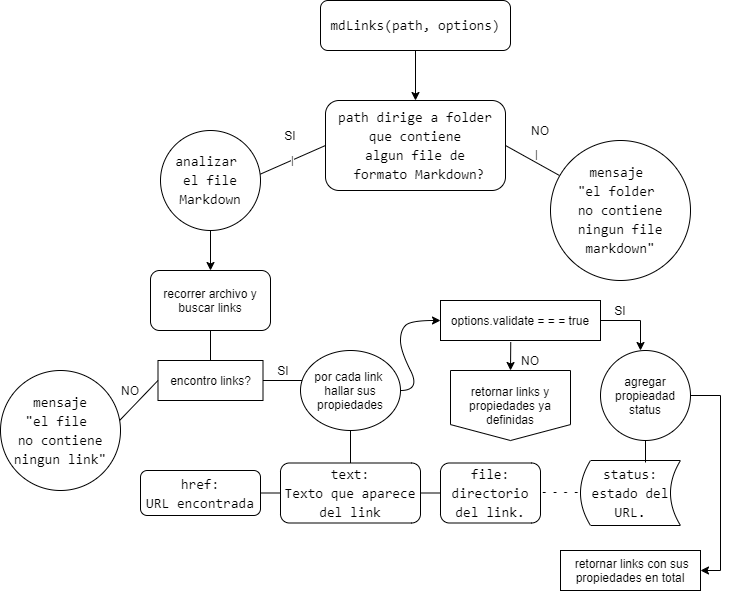
Before: Diagram.png, a diagram exported from draw.io (FiorellaChilcon/LIM012-fe-md-links). Source tidied: cells renumbered, new cells last; positions are measured from the earlier drawing's top-left corner, leaving out a move shared by most shapes.
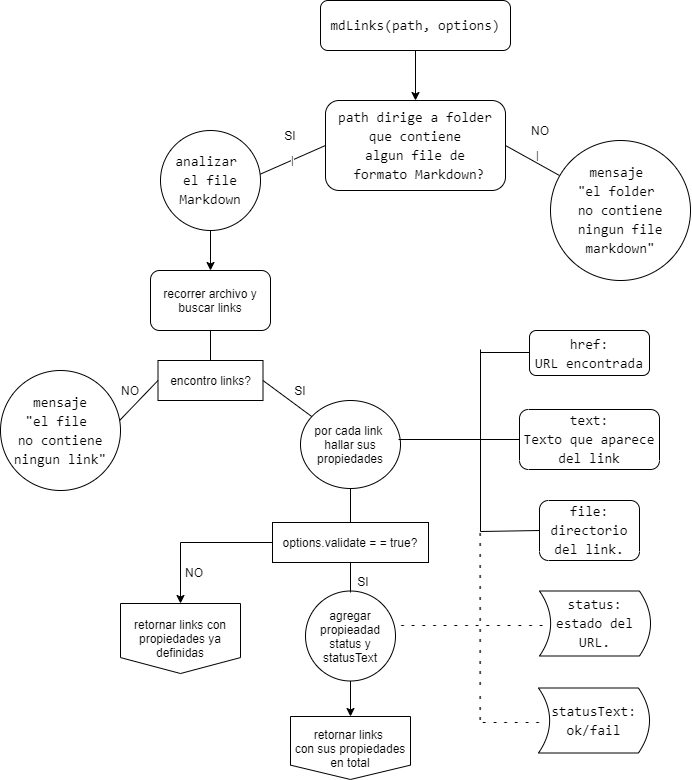
The same diagram one commit later.

Commit message:
funcionalidad obtener links

Change to the diagram source:
```diff
@@ -1,4 +1,4 @@
-<mxGraphModel>
+<mxGraphModel background="#FFFFFF">
   <root>
     <mxCell id="0" />
     <mxCell id="1" parent="0" />
@@ -37,11 +37,6 @@
     <mxCell id="12" style="endArrow=classic;html=1;exitX=0.5;exitY=1;exitDx=0;exitDy=0;entryX=0.5;entryY=0;entryDx=0;entryDy=0;" parent="1" edge="1" source="6" target="11">
       <mxGeometry relative="1" as="geometry" />
     </mxCell>
-    <mxCell id="13" style="edgeStyle=orthogonalEdgeStyle;rounded=0;jettySize=auto;html=1;" parent="1" edge="1" source="14">
-      <mxGeometry relative="1" as="geometry">
-        <mxPoint x="342.5" y="380" as="targetPoint" />
-      </mxGeometry>
-    </mxCell>
     <mxCell id="14" value="encontro links?" style="rounded=0;whiteSpace=wrap;html=1;" parent="1" vertex="1">
       <mxGeometry x="157.5" y="360" width="105" height="40" as="geometry" />
     </mxCell>
@@ -58,88 +53,97 @@
       <mxGeometry y="370" width="120" height="120" as="geometry" />
     </mxCell>
     <mxCell id="19" value="SI" style="text;html=1;strokeColor=none;fillColor=none;align=center;verticalAlign=middle;whiteSpace=wrap;rounded=0;" parent="1" vertex="1">
-      <mxGeometry x="262.5" y="360" width="40" height="20" as="geometry" />
+      <mxGeometry x="280" y="380" width="40" height="20" as="geometry" />
     </mxCell>
     <mxCell id="20" value="por cada link&amp;nbsp;&lt;br&gt;hallar sus&lt;br&gt;propiedades" style="ellipse;whiteSpace=wrap;html=1;" parent="1" vertex="1">
-      <mxGeometry x="300" y="350" width="100" height="80" as="geometry" />
+      <mxGeometry x="300" y="400" width="100" height="88" as="geometry" />
     </mxCell>
     <mxCell id="21" value="&lt;div style=&quot;font-family: &amp;#34;consolas&amp;#34; , &amp;#34;courier new&amp;#34; , monospace ; font-size: 14px ; line-height: 19px&quot;&gt;&amp;nbsp;href:&amp;nbsp;&lt;/div&gt;&lt;div style=&quot;font-family: &amp;#34;consolas&amp;#34; , &amp;#34;courier new&amp;#34; , monospace ; font-size: 14px ; line-height: 19px&quot;&gt;URL&amp;nbsp;encontrada&lt;/div&gt;" style="rounded=1;whiteSpace=wrap;html=1;" parent="1" vertex="1">
-      <mxGeometry x="140" y="470" width="120" height="45" as="geometry" />
+      <mxGeometry x="529" y="330" width="120" height="45" as="geometry" />
     </mxCell>
     <mxCell id="22" value="&lt;div style=&quot;font-family: &amp;#34;consolas&amp;#34; , &amp;#34;courier new&amp;#34; , monospace ; font-size: 14px ; line-height: 19px&quot;&gt;&lt;div style=&quot;font-family: &amp;#34;consolas&amp;#34; , &amp;#34;courier new&amp;#34; , monospace ; line-height: 19px&quot;&gt;text:&lt;/div&gt;&lt;div style=&quot;font-family: &amp;#34;consolas&amp;#34; , &amp;#34;courier new&amp;#34; , monospace ; line-height: 19px&quot;&gt;Texto&amp;nbsp;que&amp;nbsp;aparece&lt;/div&gt;&lt;div style=&quot;font-family: &amp;#34;consolas&amp;#34; , &amp;#34;courier new&amp;#34; , monospace ; line-height: 19px&quot;&gt;del link&lt;/div&gt;&lt;/div&gt;" style="rounded=1;whiteSpace=wrap;html=1;direction=west;" parent="1" vertex="1">
-      <mxGeometry x="280" y="462.5" width="140" height="60" as="geometry" />
+      <mxGeometry x="519" y="409" width="140" height="60" as="geometry" />
     </mxCell>
     <mxCell id="23" value="&lt;div style=&quot;font-family: &amp;#34;consolas&amp;#34; , &amp;#34;courier new&amp;#34; , monospace ; font-size: 14px ; line-height: 19px&quot;&gt;&lt;div style=&quot;font-family: &amp;#34;consolas&amp;#34; , &amp;#34;courier new&amp;#34; , monospace ; line-height: 19px&quot;&gt;&lt;div style=&quot;font-family: &amp;#34;consolas&amp;#34; , &amp;#34;courier new&amp;#34; , monospace ; line-height: 19px&quot;&gt;file:&lt;/div&gt;&lt;div style=&quot;font-family: &amp;#34;consolas&amp;#34; , &amp;#34;courier new&amp;#34; , monospace ; line-height: 19px&quot;&gt;&lt;span&gt;directorio&lt;/span&gt;&lt;/div&gt;&lt;div style=&quot;font-family: &amp;#34;consolas&amp;#34; , &amp;#34;courier new&amp;#34; , monospace ; line-height: 19px&quot;&gt;&lt;span&gt;del&amp;nbsp;link.&lt;/span&gt;&lt;/div&gt;&lt;/div&gt;&lt;/div&gt;" style="rounded=1;whiteSpace=wrap;html=1;direction=west;" parent="1" vertex="1">
-      <mxGeometry x="440" y="462.5" width="100" height="60" as="geometry" />
+      <mxGeometry x="539" y="500" width="100" height="60" as="geometry" />
     </mxCell>
-    <mxCell id="24" style="endArrow=none;html=1;exitX=0.5;exitY=1;exitDx=0;exitDy=0;entryX=0.5;entryY=1;entryDx=0;entryDy=0;" parent="1" edge="1" source="22" target="20">
-      <mxGeometry relative="1" as="geometry" />
-    </mxCell>
-    <mxCell id="25" style="endArrow=none;html=1;exitX=0;exitY=0.5;exitDx=0;exitDy=0;entryX=1;entryY=0.5;entryDx=0;entryDy=0;" parent="1" edge="1" source="22" target="23">
-      <mxGeometry relative="1" as="geometry" />
-    </mxCell>
-    <mxCell id="26" style="endArrow=none;html=1;exitX=1;exitY=0.5;exitDx=0;exitDy=0;entryX=1;entryY=0.5;entryDx=0;entryDy=0;" parent="1" edge="1" source="21" target="22">
-      <mxGeometry relative="1" as="geometry" />
-    </mxCell>
-    <mxCell id="27" style="edgeStyle=orthogonalEdgeStyle;rounded=0;jettySize=auto;html=1;" parent="1" edge="1" source="28">
-      <mxGeometry relative="1" as="geometry">
-        <mxPoint x="640" y="350" as="targetPoint" />
-        <Array as="points">
-          <mxPoint x="640" y="320" />
-        </Array>
-      </mxGeometry>
-    </mxCell>
+    <mxCell id="40" style="edgeStyle=orthogonalEdgeStyle;rounded=0;jettySize=auto;html=1;entryX=0.5;entryY=0;entryDx=0;entryDy=0;" parent="1" edge="1" source="28" target="38">
+      <mxGeometry relative="1" as="geometry" />
+    </mxCell>
-    <mxCell id="28" value="options.validate = = = true" style="rounded=0;whiteSpace=wrap;html=1;fontStyle=0;spacingTop=0;" parent="1" vertex="1">
-      <mxGeometry x="440" y="300" width="160" height="40" as="geometry" />
+    <mxCell id="28" value="options.validate = = true?" style="rounded=0;whiteSpace=wrap;html=1;fontStyle=0;spacingTop=0;" parent="1" vertex="1">
+      <mxGeometry x="272" y="522" width="156" height="40" as="geometry" />
     </mxCell>
-    <mxCell id="29" style="curved=1;endArrow=classic;html=1;exitX=1;exitY=0.5;exitDx=0;exitDy=0;entryX=0;entryY=0.5;entryDx=0;entryDy=0;" parent="1" edge="1" source="20" target="28">
-      <mxGeometry relative="1" as="geometry">
-        <Array as="points">
-          <mxPoint x="420" y="390" />
-          <mxPoint x="400" y="350" />
-          <mxPoint x="400" y="330" />
-          <mxPoint x="410" y="320" />
-        </Array>
-      </mxGeometry>
-    </mxCell>
-    <mxCell id="30" style="edgeStyle=orthogonalEdgeStyle;rounded=0;jettySize=auto;html=1;entryX=1;entryY=0.5;entryDx=0;entryDy=0;" parent="1" edge="1" source="31" target="37">
-      <mxGeometry relative="1" as="geometry">
-        <Array as="points">
-          <mxPoint x="720" y="395" />
-          <mxPoint x="720" y="570" />
-        </Array>
-      </mxGeometry>
+    <mxCell id="30" style="edgeStyle=orthogonalEdgeStyle;rounded=0;jettySize=auto;html=1;" parent="1" edge="1" source="31" target="37">
+      <mxGeometry relative="1" as="geometry" />
     </mxCell>
-    <mxCell id="31" value="agregar propieadad status" style="ellipse;whiteSpace=wrap;html=1;" parent="1" vertex="1">
-      <mxGeometry x="600" y="350" width="90" height="90" as="geometry" />
+    <mxCell id="31" value="agregar propieadad status y statusText" style="ellipse;whiteSpace=wrap;html=1;" parent="1" vertex="1">
+      <mxGeometry x="305" y="590.5" width="90" height="90" as="geometry" />
     </mxCell>
-    <mxCell id="32" value="&lt;div style=&quot;font-family: &amp;#34;consolas&amp;#34; , &amp;#34;courier new&amp;#34; , monospace ; font-size: 14px ; line-height: 19px&quot;&gt;status: estado&amp;nbsp;del&lt;/div&gt;&lt;div style=&quot;font-family: &amp;#34;consolas&amp;#34; , &amp;#34;courier new&amp;#34; , monospace ; font-size: 14px ; line-height: 19px&quot;&gt;URL.&lt;/div&gt;" style="shape=dataStorage;whiteSpace=wrap;html=1;" parent="1" vertex="1">
-      <mxGeometry x="580" y="460" width="100" height="65" as="geometry" />
+    <mxCell id="32" value="&lt;div style=&quot;font-family: &amp;#34;consolas&amp;#34; , &amp;#34;courier new&amp;#34; , monospace ; font-size: 14px ; line-height: 19px&quot;&gt;status: estado&amp;nbsp;del&lt;/div&gt;&lt;div style=&quot;font-family: &amp;#34;consolas&amp;#34; , &amp;#34;courier new&amp;#34; , monospace ; font-size: 14px ; line-height: 19px&quot;&gt;URL.&lt;/div&gt;" style="shape=dataStorage;whiteSpace=wrap;html=1;direction=west;" parent="1" vertex="1">
+      <mxGeometry x="539" y="590.5" width="111" height="65" as="geometry" />
     </mxCell>
-    <mxCell id="33" style="endArrow=none;html=1;entryX=0.5;entryY=1;entryDx=0;entryDy=0;" parent="1" edge="1" target="31">
-      <mxGeometry relative="1" as="geometry">
-        <mxPoint x="645" y="462" as="sourcePoint" />
-      </mxGeometry>
-    </mxCell>
-    <mxCell id="34" value="&lt;b style=&quot;line-height: 110%&quot;&gt;-&amp;nbsp; -&amp;nbsp; -&amp;nbsp; -&lt;/b&gt;" style="text;html=1;strokeColor=none;fillColor=none;align=center;verticalAlign=middle;whiteSpace=wrap;rounded=0;" parent="1" vertex="1">
-      <mxGeometry x="540" y="480" width="40" height="20" as="geometry" />
+    <mxCell id="34" value="&lt;b style=&quot;line-height: 110%&quot;&gt;-&amp;nbsp; -&amp;nbsp; -&amp;nbsp; -&amp;nbsp; -&amp;nbsp; -&amp;nbsp; -&amp;nbsp; -&amp;nbsp; -&amp;nbsp; -&amp;nbsp; -&amp;nbsp; -&amp;nbsp; -&amp;nbsp; -&lt;/b&gt;" style="text;html=1;strokeColor=none;fillColor=none;align=center;verticalAlign=middle;whiteSpace=wrap;rounded=0;" parent="1" vertex="1">
+      <mxGeometry x="393" y="613" width="157" height="20" as="geometry" />
     </mxCell>
     <mxCell id="35" value="SI" style="text;html=1;strokeColor=none;fillColor=none;align=center;verticalAlign=middle;whiteSpace=wrap;rounded=0;" parent="1" vertex="1">
-      <mxGeometry x="600" y="300" width="40" height="20" as="geometry" />
+      <mxGeometry x="342.5" y="570.5" width="40" height="20" as="geometry" />
     </mxCell>
     <mxCell id="36" value="NO" style="text;html=1;strokeColor=none;fillColor=none;align=center;verticalAlign=middle;whiteSpace=wrap;rounded=0;" parent="1" vertex="1">
-      <mxGeometry x="510" y="350" width="40" height="20" as="geometry" />
+      <mxGeometry x="174" y="562" width="40" height="20" as="geometry" />
     </mxCell>
+    <mxCell id="38" value="&lt;div&gt;&lt;span style=&quot;font-family: &amp;#34;helvetica&amp;#34;&quot;&gt;retornar links con propiedades ya definidas&lt;/span&gt;&lt;br&gt;&lt;/div&gt;" style="shape=offPageConnector;whiteSpace=wrap;html=1;align=center;size=0.22758620689655232;" parent="1" vertex="1">
+      <mxGeometry x="120" y="603" width="120" height="70" as="geometry" />
+    </mxCell>
+    <mxCell id="41" style="endArrow=none;html=1;" parent="1" edge="1">
+      <mxGeometry relative="1" as="geometry">
+        <mxPoint x="480" y="531" as="sourcePoint" />
+        <mxPoint x="480" y="349" as="targetPoint" />
+      </mxGeometry>
+    </mxCell>
+    <mxCell id="42" style="endArrow=none;html=1;entryX=1;entryY=0.5;entryDx=0;entryDy=0;" parent="1" edge="1" source="20" target="14">
+      <mxGeometry relative="1" as="geometry" />
+    </mxCell>
+    <mxCell id="43" style="endArrow=none;html=1;entryX=1;entryY=0.5;entryDx=0;entryDy=0;" parent="1" edge="1" target="22">
+      <mxGeometry relative="1" as="geometry">
+        <mxPoint x="398" y="439" as="sourcePoint" />
+      </mxGeometry>
+    </mxCell>
+    <mxCell id="44" style="endArrow=none;html=1;" parent="1" edge="1">
+      <mxGeometry relative="1" as="geometry">
+        <mxPoint x="480" y="352" as="sourcePoint" />
+        <mxPoint x="529" y="352" as="targetPoint" />
+      </mxGeometry>
+    </mxCell>
+    <mxCell id="45" style="endArrow=none;html=1;" parent="1" edge="1">
+      <mxGeometry relative="1" as="geometry">
+        <mxPoint x="480" y="531" as="sourcePoint" />
+        <mxPoint x="539" y="530" as="targetPoint" />
+      </mxGeometry>
+    </mxCell>
+    <mxCell id="46" style="endArrow=none;html=1;entryX=0.5;entryY=1;entryDx=0;entryDy=0;" parent="1" edge="1" target="20">
+      <mxGeometry relative="1" as="geometry">
+        <mxPoint x="350" y="522" as="sourcePoint" />
+      </mxGeometry>
+    </mxCell>
+    <mxCell id="47" style="endArrow=none;html=1;entryX=0.5;entryY=1;entryDx=0;entryDy=0;" parent="1" edge="1" target="28">
+      <mxGeometry relative="1" as="geometry">
+        <mxPoint x="350" y="592" as="sourcePoint" />
+      </mxGeometry>
+    </mxCell>
-    <mxCell id="37" value="&amp;nbsp;retornar links con sus propiedades en total" style="rounded=0;whiteSpace=wrap;html=1;fontStyle=0;spacingTop=0;" parent="1" vertex="1">
-      <mxGeometry x="560" y="550" width="140" height="40" as="geometry" />
+    <mxCell id="37" value="&lt;div&gt;&lt;span style=&quot;font-family: &amp;#34;helvetica&amp;#34;&quot;&gt;retornar links&amp;nbsp;&lt;/span&gt;&lt;/div&gt;&lt;div&gt;&lt;span style=&quot;font-family: &amp;#34;helvetica&amp;#34;&quot;&gt;con sus propiedades en total&lt;/span&gt;&lt;br&gt;&lt;/div&gt;" style="shape=offPageConnector;whiteSpace=wrap;html=1;align=center;size=0.22758620689655232;" parent="1" vertex="1">
+      <mxGeometry x="290" y="716" width="120" height="63" as="geometry" />
     </mxCell>
-    <mxCell id="38" value="&lt;div&gt;&lt;span style=&quot;font-family: &amp;#34;helvetica&amp;#34;&quot;&gt;retornar links y propiedades ya definidas&lt;/span&gt;&lt;br&gt;&lt;/div&gt;" style="shape=offPageConnector;whiteSpace=wrap;html=1;align=center;size=0.22758620689655232;" parent="1" vertex="1">
-      <mxGeometry x="450" y="370" width="120" height="70" as="geometry" />
-    </mxCell>
-    <mxCell id="39" style="endArrow=classic;html=1;exitX=0.439;exitY=1.04;exitDx=0;exitDy=0;exitPerimeter=0;" parent="1" edge="1" source="28">
-      <mxGeometry relative="1" as="geometry">
-        <mxPoint x="510" y="370" as="targetPoint" />
-      </mxGeometry>
-    </mxCell>
+    <mxCell id="48" value="&lt;div style=&quot;font-family: &amp;#34;consolas&amp;#34; , &amp;#34;courier new&amp;#34; , monospace ; font-size: 14px ; line-height: 19px&quot;&gt;statusText:&lt;/div&gt;&lt;div style=&quot;font-family: &amp;#34;consolas&amp;#34; , &amp;#34;courier new&amp;#34; , monospace ; font-size: 14px ; line-height: 19px&quot;&gt;ok/fail&lt;/div&gt;" style="shape=dataStorage;whiteSpace=wrap;html=1;direction=west;" parent="1" vertex="1">
+      <mxGeometry x="538" y="687.5" width="111" height="65" as="geometry" />
+    </mxCell>
+    <mxCell id="49" style="edgeStyle=orthogonalEdgeStyle;rounded=0;jettySize=auto;html=1;" parent="1" edge="1" source="x" target="50">
+      <mxGeometry relative="1" as="geometry" />
+    </mxCell>
+    <mxCell id="50" value="&lt;b style=&quot;line-height: 110%&quot;&gt;-&amp;nbsp; -&amp;nbsp; -&amp;nbsp; -&amp;nbsp; -&amp;nbsp; -&amp;nbsp; -&amp;nbsp; -&amp;nbsp; -&amp;nbsp; -&amp;nbsp; -&amp;nbsp; -&amp;nbsp; -&amp;nbsp; -&amp;nbsp; -&amp;nbsp; &amp;nbsp;-&amp;nbsp; -&amp;nbsp; -&lt;br&gt;&lt;br&gt;&lt;/b&gt;" style="text;html=1;strokeColor=none;fillColor=none;align=center;verticalAlign=middle;whiteSpace=wrap;rounded=0;rotation=90;" parent="1" vertex="1">
+      <mxGeometry x="352.5" y="616.5" width="245" height="20" as="geometry" />
+    </mxCell>
+    <mxCell id="51" value="&lt;b style=&quot;line-height: 110%&quot;&gt;-&amp;nbsp; -&amp;nbsp; -&amp;nbsp; -&amp;nbsp; -&amp;nbsp; -&amp;nbsp;&amp;nbsp;&lt;/b&gt;" style="text;html=1;strokeColor=none;fillColor=none;align=center;verticalAlign=middle;whiteSpace=wrap;rounded=0;" parent="1" vertex="1">
+      <mxGeometry x="468" y="704" width="92" height="32" as="geometry" />
+    </mxCell>
   </root>
 </mxGraphModel>
```
